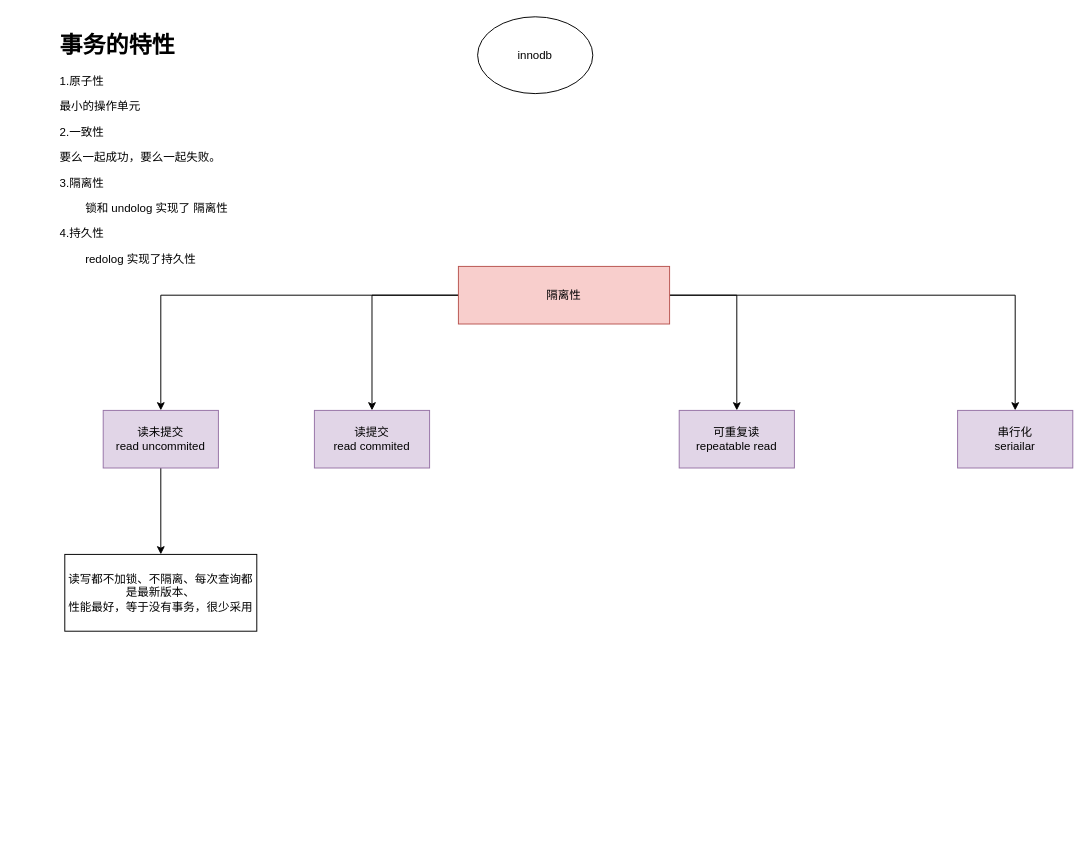
This is Untitled Diagram.drawio from heihei180/temp_file, a draw.io file, before an edit. Source tidied: cells renumbered, new cells numbered last; positions are measured from the earlier drawing's top-left corner, leaving out a move shared by most shapes. Both pictures are drawn from the tidied source at 96%, with x=0, y=0 at pixel (55, 16).
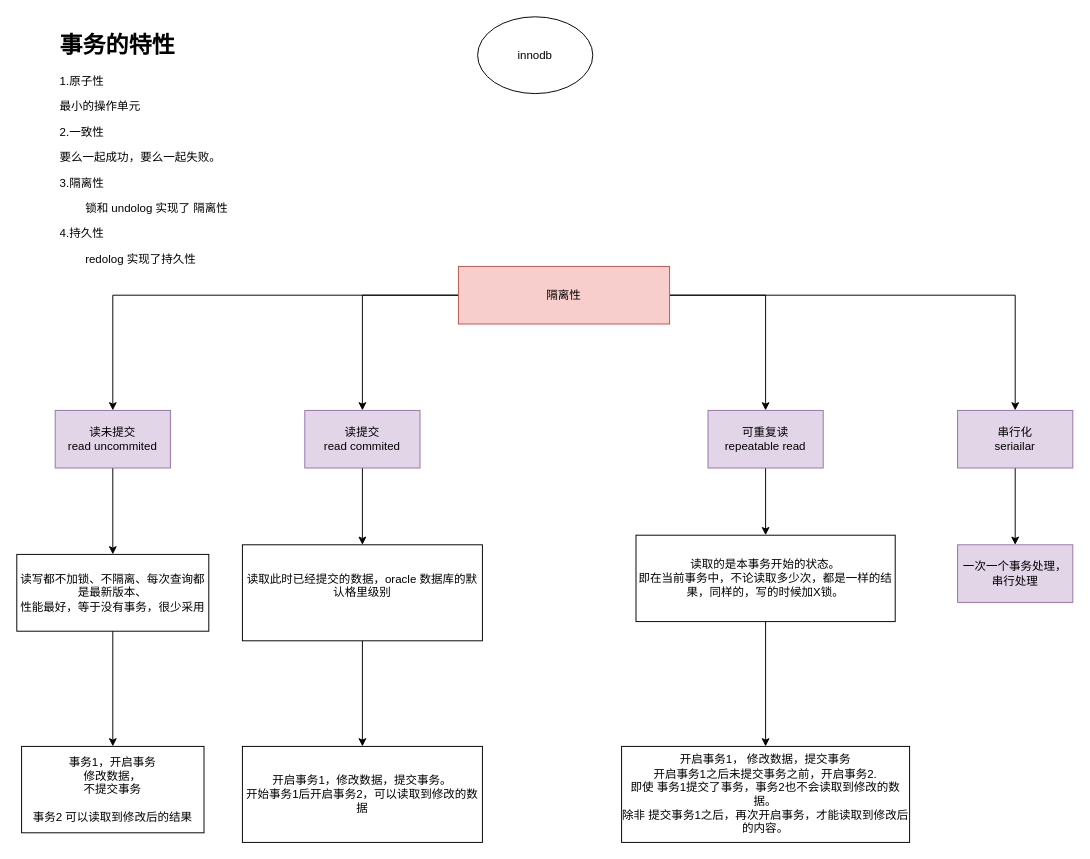
The same page after the edit.

Unchanged cells that the change refers to:
```xml
<mxCell id="13" value="&lt;div&gt;串行化&lt;/div&gt;&lt;div&gt;seriailar&lt;br&gt;&lt;/div&gt;" style="rounded=0;whiteSpace=wrap;html=1;fillColor=#e1d5e7;strokeColor=#9673a6;" parent="1" vertex="1">
  <mxGeometry x="940" y="410" width="120" height="60" as="geometry" />
</mxCell>
```

Change to the diagram source:
```diff
@@
     <mxCell id="10" value="&lt;div&gt;读未提交&lt;/div&gt;&lt;div&gt;read uncommited&lt;br&gt;&lt;/div&gt;" style="rounded=0;whiteSpace=wrap;html=1;fillColor=#e1d5e7;strokeColor=#9673a6;" parent="1" vertex="1">
-      <mxGeometry x="50" y="410" width="120" height="60" as="geometry" />
+      <mxGeometry y="410" width="120" height="60" as="geometry" />
     </mxCell>
+    <mxCell id="15" style="edgeStyle=orthogonalEdgeStyle;rounded=0;jettySize=auto;html=1;" parent="1" edge="1" source="11" target="20">
+      <mxGeometry relative="1" as="geometry" />
+    </mxCell>
     <mxCell id="11" value="&lt;div&gt;读提交&lt;/div&gt;&lt;div&gt;read commited&lt;br&gt;&lt;/div&gt;" style="rounded=0;whiteSpace=wrap;html=1;fillColor=#e1d5e7;strokeColor=#9673a6;" parent="1" vertex="1">
-      <mxGeometry x="270" y="410" width="120" height="60" as="geometry" />
+      <mxGeometry x="260" y="410" width="120" height="60" as="geometry" />
     </mxCell>
+    <mxCell id="16" style="edgeStyle=orthogonalEdgeStyle;rounded=0;jettySize=auto;html=1;" parent="1" edge="1" source="12" target="22">
+      <mxGeometry relative="1" as="geometry" />
+    </mxCell>
     <mxCell id="12" value="&lt;div&gt;可重复读&lt;/div&gt;&lt;div&gt;repeatable read&lt;br&gt;&lt;/div&gt;" style="rounded=0;whiteSpace=wrap;html=1;fillColor=#e1d5e7;strokeColor=#9673a6;" parent="1" vertex="1">
-      <mxGeometry x="650" y="410" width="120" height="60" as="geometry" />
+      <mxGeometry x="680" y="410" width="120" height="60" as="geometry" />
     </mxCell>
+    <mxCell id="17" style="edgeStyle=orthogonalEdgeStyle;rounded=0;jettySize=auto;html=1;" parent="1" edge="1" source="13" target="26">
+      <mxGeometry relative="1" as="geometry" />
+    </mxCell>
@@
+    <mxCell id="18" style="edgeStyle=orthogonalEdgeStyle;rounded=0;jettySize=auto;html=1;entryX=0.5;entryY=0;entryDx=0;entryDy=0;" parent="1" edge="1" source="14" target="23">
+      <mxGeometry relative="1" as="geometry" />
+    </mxCell>
     <mxCell id="14" value="&lt;div&gt;读写都不加锁、不隔离、每次查询都是最新版本、&lt;/div&gt;&lt;div&gt;性能最好，等于没有事务，很少采用&lt;br&gt;&lt;/div&gt;" style="rounded=0;whiteSpace=wrap;html=1;" parent="1" vertex="1">
-      <mxGeometry x="10" y="560" width="200" height="80" as="geometry" />
+      <mxGeometry x="-40" y="560" width="200" height="80" as="geometry" />
     </mxCell>
+    <mxCell id="19" style="edgeStyle=orthogonalEdgeStyle;rounded=0;jettySize=auto;html=1;" parent="1" edge="1" source="20" target="24">
+      <mxGeometry relative="1" as="geometry" />
+    </mxCell>
+    <mxCell id="20" value="&lt;div&gt;读取此时已经提交的数据，oracle 数据库的默认格里级别&lt;/div&gt;&lt;div&gt;&lt;br&gt;&lt;/div&gt;" style="rounded=0;whiteSpace=wrap;html=1;" parent="1" vertex="1">
+      <mxGeometry x="195" y="550" width="250" height="100" as="geometry" />
+    </mxCell>
+    <mxCell id="21" style="edgeStyle=orthogonalEdgeStyle;rounded=0;jettySize=auto;html=1;" parent="1" edge="1" source="22" target="25">
+      <mxGeometry relative="1" as="geometry" />
+    </mxCell>
+    <mxCell id="22" value="&lt;div&gt;读取的是本事务开始的状态。&lt;/div&gt;&lt;div&gt;即在当前事务中，不论读取多少次，都是一样的结果，同样的，写的时候加X锁。&lt;br&gt;&lt;/div&gt;" style="rounded=0;whiteSpace=wrap;html=1;" parent="1" vertex="1">
+      <mxGeometry x="605" y="540" width="270" height="90" as="geometry" />
+    </mxCell>
+    <mxCell id="23" value="&lt;div&gt;事务1，开启事务&lt;/div&gt;&lt;div&gt;修改数据，&lt;/div&gt;&lt;div&gt;不提交事务&lt;/div&gt;&lt;div&gt;&lt;br&gt;&lt;/div&gt;&lt;div&gt;事务2 可以读取到修改后的结果&lt;br&gt;&lt;/div&gt;" style="rounded=0;whiteSpace=wrap;html=1;" parent="1" vertex="1">
+      <mxGeometry x="-35" y="760" width="190" height="90" as="geometry" />
+    </mxCell>
+    <mxCell id="24" value="&lt;div&gt;开启事务1，修改数据，提交事务。&lt;/div&gt;&lt;div&gt;开始事务1后开启事务2，可以读取到修改的数据&lt;br&gt;&lt;/div&gt;" style="rounded=0;whiteSpace=wrap;html=1;" parent="1" vertex="1">
+      <mxGeometry x="195" y="760" width="250" height="100" as="geometry" />
+    </mxCell>
+    <mxCell id="25" value="&lt;div&gt;开启事务1， 修改数据，提交事务&lt;/div&gt;&lt;div&gt;开启事务1之后未提交事务之前，开启事务2.&lt;/div&gt;&lt;div&gt;即使 事务1提交了事务，事务2也不会读取到修改的数据。&lt;/div&gt;&lt;div&gt;除非 提交事务1之后，再次开启事务，才能读取到修改后的内容。&lt;br&gt;&lt;/div&gt;" style="rounded=0;whiteSpace=wrap;html=1;" parent="1" vertex="1">
+      <mxGeometry x="590" y="760" width="300" height="100" as="geometry" />
+    </mxCell>
+    <mxCell id="26" value="一次一个事务处理，串行处理" style="rounded=0;whiteSpace=wrap;html=1;fillColor=#e1d5e7;strokeColor=#9673a6;" parent="1" vertex="1">
+      <mxGeometry x="940" y="550" width="120" height="60" as="geometry" />
+    </mxCell>
```
